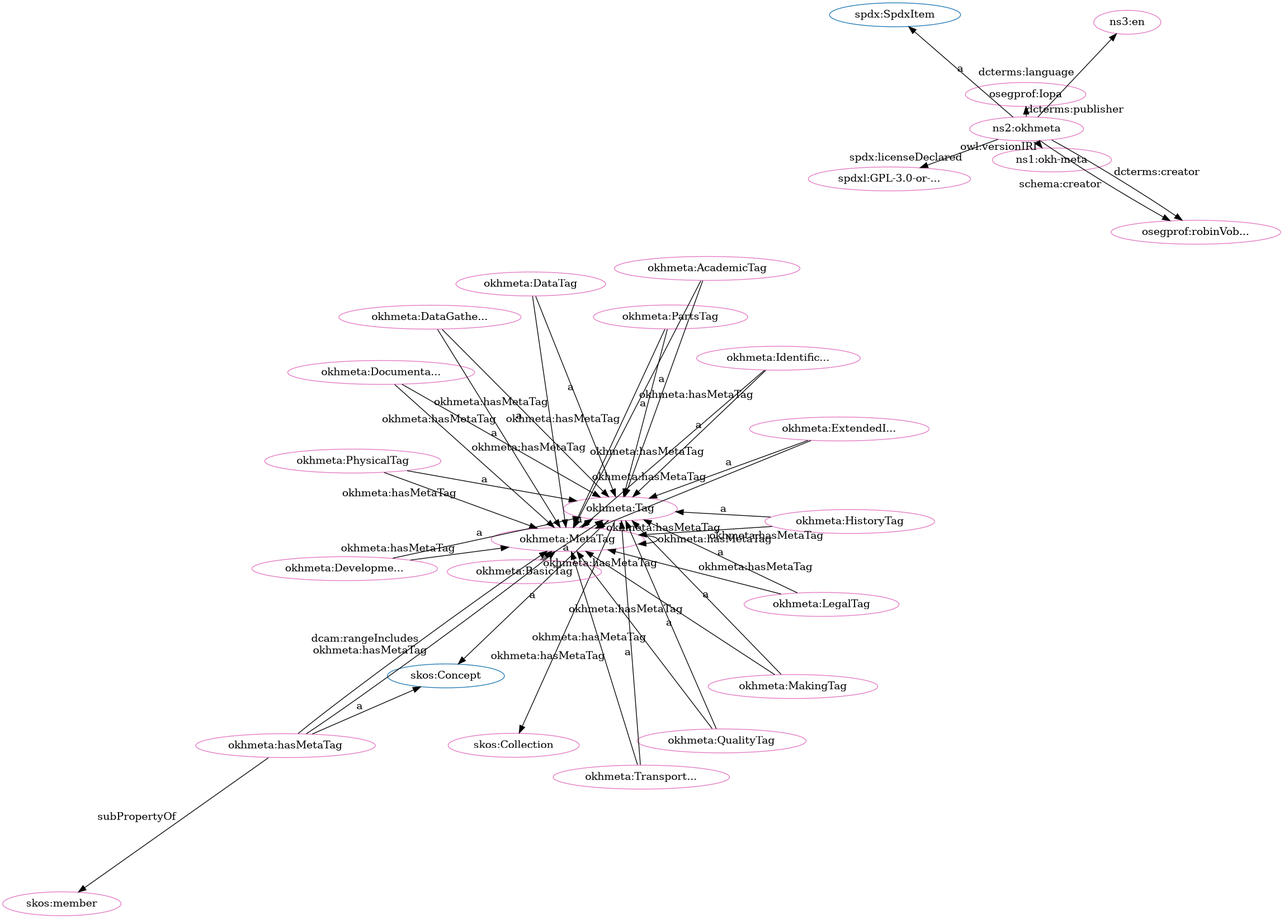
Earlier version of the Graphviz export src/spec/dot_okh-meta-clean.png (iop-alliance/OpenKnowHow). Its source is kept beside it as src/spec/dot_okh-meta-clean.dot.
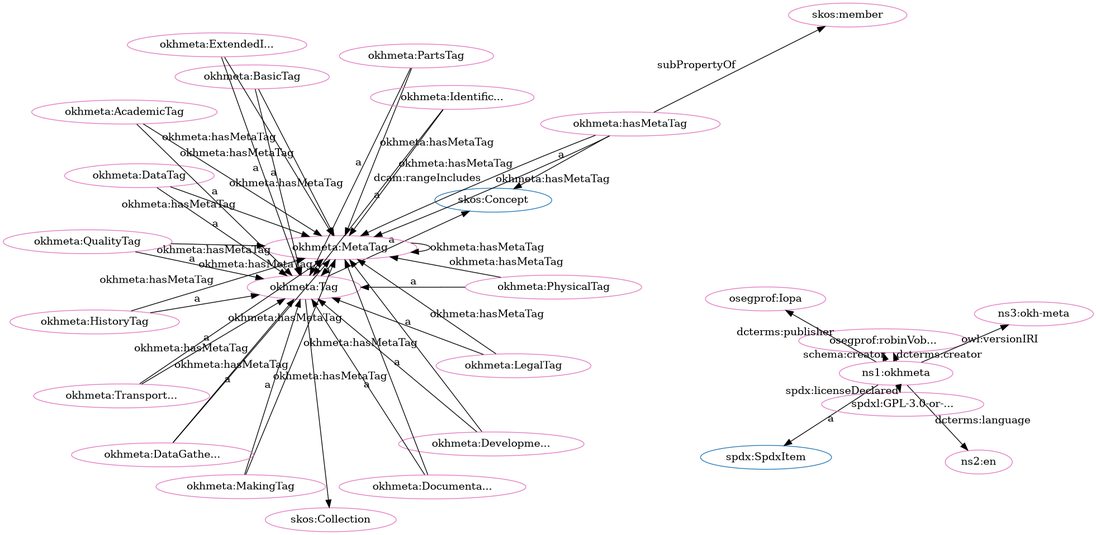
The same diagram one commit later.

What changed in the source:
```diff
@@ -1,80 +1,80 @@
 digraph G {
   rankdir=BT
   node[height=.3]
+"http://spdx.org/rdf/terms#SpdxItem" [fillcolor="#1f77b4" color="#1f77b4" label="spdx:SpdxItem"]
 "http://www.w3.org/2004/02/skos/core#Concept" [fillcolor="#1f77b4" color="#1f77b4" label="skos:Concept"]
 "http://www.w3.org/2004/02/skos/core#Collection" [fillcolor="#1f77b4" color="#1f77b4" label="skos:Collection"]
 "http://w3id.org/oseg/ont/okhmeta#Tag" [fillcolor="#1f77b4" color="#1f77b4" label="okhmeta:Tag"]
-"http://spdx.org/rdf/terms#SpdxItem" [fillcolor="#1f77b4" color="#1f77b4" label="spdx:SpdxItem"]
+"http://w3id.org/oseg/ont/okhmeta#PhysicalTag" [fillcolor="#e377c2" color="#e377c2" label="okhmeta:PhysicalTag"]
 "http://w3id.org/oseg/ont/okhmeta#MetaTag" [fillcolor="#e377c2" color="#e377c2" label="okhmeta:MetaTag"]
+"http://w3id.org/oseg/ont/okhmeta#BasicTag" [fillcolor="#e377c2" color="#e377c2" label="okhmeta:BasicTag"]
 "http://w3id.org/oseg/ont/okhmeta#PartsTag" [fillcolor="#e377c2" color="#e377c2" label="okhmeta:PartsTag"]
+"http://w3id.org/oseg/ont/okhmeta#DevelopmentTag" [fillcolor="#e377c2" color="#e377c2" label="okhmeta:Developme..."]
+"http://w3id.org/oseg/ont/okhmeta" [fillcolor="#e377c2" color="#e377c2" label="ns1:okhmeta"]
+"http://w3id.org/oseg/ont/okhmeta#TransportationTag" [fillcolor="#e377c2" color="#e377c2" label="okhmeta:Transport..."]
+"http://id.loc.gov/vocabulary/iso639-1/en" [fillcolor="#e377c2" color="#e377c2" label="ns2:en"]
+"http://w3id.org/oseg/ont/okhmeta#MakingTag" [fillcolor="#e377c2" color="#e377c2" label="okhmeta:MakingTag"]
+"http://w3id.org/oseg/ont/okhmeta#DataTag" [fillcolor="#e377c2" color="#e377c2" label="okhmeta:DataTag"]
+"http://w3id.org/oseg/ont/okhmeta#AcademicTag" [fillcolor="#e377c2" color="#e377c2" label="okhmeta:AcademicTag"]
 "http://w3id.org/oseg/ont/oseg-profiles#robinVobruba" [fillcolor="#e377c2" color="#e377c2" label="osegprof:robinVob..."]
-"http://w3id.org/oseg/ont/1.1.0/okh-meta" [fillcolor="#e377c2" color="#e377c2" label="ns1:okh-meta"]
-"http://www.w3.org/2004/02/skos/core#member" [fillcolor="#e377c2" color="#e377c2" label="skos:member"]
-"http://w3id.org/oseg/ont/oseg-profiles#Iopa" [fillcolor="#e377c2" color="#e377c2" label="osegprof:Iopa"]
-"http://w3id.org/oseg/ont/okhmeta" [fillcolor="#e377c2" color="#e377c2" label="ns2:okhmeta"]
-"http://w3id.org/oseg/ont/okhmeta#LegalTag" [fillcolor="#e377c2" color="#e377c2" label="okhmeta:LegalTag"]
-"http://id.loc.gov/vocabulary/iso639-1/en" [fillcolor="#e377c2" color="#e377c2" label="ns3:en"]
-"http://w3id.org/oseg/ont/okhmeta#HistoryTag" [fillcolor="#e377c2" color="#e377c2" label="okhmeta:HistoryTag"]
-"http://w3id.org/oseg/ont/okhmeta#DevelopmentTag" [fillcolor="#e377c2" color="#e377c2" label="okhmeta:Developme..."]
-"http://w3id.org/oseg/ont/okhmeta#MakingTag" [fillcolor="#e377c2" color="#e377c2" label="okhmeta:MakingTag"]
-"http://spdx.org/licenses/GPL-3.0-or-later" [fillcolor="#e377c2" color="#e377c2" label="spdxl:GPL-3.0-or-..."]
+"http://w3id.org/oseg/ont/okhmeta#hasMetaTag" [fillcolor="#e377c2" color="#e377c2" label="okhmeta:hasMetaTag"]
 "http://w3id.org/oseg/ont/okhmeta#DocumentationTag" [fillcolor="#e377c2" color="#e377c2" label="okhmeta:Documenta..."]
 "http://www.w3.org/2004/02/skos/core#Collection" [fillcolor="#e377c2" color="#e377c2" label="skos:Collection"]
-"http://w3id.org/oseg/ont/okhmeta#PhysicalTag" [fillcolor="#e377c2" color="#e377c2" label="okhmeta:PhysicalTag"]
+"http://w3id.org/oseg/ont/okhmeta#DataGatheringTag" [fillcolor="#e377c2" color="#e377c2" label="okhmeta:DataGathe..."]
+"http://w3id.org/oseg/ont/okhmeta#HistoryTag" [fillcolor="#e377c2" color="#e377c2" label="okhmeta:HistoryTag"]
+"http://w3id.org/oseg/ont/okhmeta#Tag" [fillcolor="#e377c2" color="#e377c2" label="okhmeta:Tag"]
+"http://w3id.org/oseg/ont/okhmeta#ExtendedInfoTag" [fillcolor="#e377c2" color="#e377c2" label="okhmeta:ExtendedI..."]
+"http://w3id.org/oseg/ont/1.1.0/okh-meta" [fillcolor="#e377c2" color="#e377c2" label="ns3:okh-meta"]
 "http://w3id.org/oseg/ont/okhmeta#QualityTag" [fillcolor="#e377c2" color="#e377c2" label="okhmeta:QualityTag"]
-"http://w3id.org/oseg/ont/okhmeta#DataTag" [fillcolor="#e377c2" color="#e377c2" label="okhmeta:DataTag"]
-"http://w3id.org/oseg/ont/okhmeta#Tag" [fillcolor="#e377c2" color="#e377c2" label="okhmeta:Tag"]
-"http://w3id.org/oseg/ont/okhmeta#DataGatheringTag" [fillcolor="#e377c2" color="#e377c2" label="okhmeta:DataGathe..."]
-"http://w3id.org/oseg/ont/okhmeta#ExtendedInfoTag" [fillcolor="#e377c2" color="#e377c2" label="okhmeta:ExtendedI..."]
-"http://w3id.org/oseg/ont/okhmeta#BasicTag" [fillcolor="#e377c2" color="#e377c2" label="okhmeta:BasicTag"]
+"http://w3id.org/oseg/ont/oseg-profiles#Iopa" [fillcolor="#e377c2" color="#e377c2" label="osegprof:Iopa"]
+"http://www.w3.org/2004/02/skos/core#member" [fillcolor="#e377c2" color="#e377c2" label="skos:member"]
 "http://w3id.org/oseg/ont/okhmeta#IdentificationTag" [fillcolor="#e377c2" color="#e377c2" label="okhmeta:Identific..."]
-"http://w3id.org/oseg/ont/okhmeta#hasMetaTag" [fillcolor="#e377c2" color="#e377c2" label="okhmeta:hasMetaTag"]
-"http://w3id.org/oseg/ont/okhmeta#AcademicTag" [fillcolor="#e377c2" color="#e377c2" label="okhmeta:AcademicTag"]
-"http://w3id.org/oseg/ont/okhmeta#TransportationTag" [fillcolor="#e377c2" color="#e377c2" label="okhmeta:Transport..."]
+"http://spdx.org/licenses/GPL-3.0-or-later" [fillcolor="#e377c2" color="#e377c2" label="spdxl:GPL-3.0-or-..."]
+"http://w3id.org/oseg/ont/okhmeta#LegalTag" [fillcolor="#e377c2" color="#e377c2" label="okhmeta:LegalTag"]
+  "http://w3id.org/oseg/ont/okhmeta#PhysicalTag" -> "http://w3id.org/oseg/ont/okhmeta#Tag" [label="a"]
   "http://w3id.org/oseg/ont/okhmeta#PartsTag" -> "http://w3id.org/oseg/ont/okhmeta#Tag" [label="a"]
+  "http://w3id.org/oseg/ont/okhmeta#BasicTag" -> "http://w3id.org/oseg/ont/okhmeta#Tag" [label="a"]
   "http://w3id.org/oseg/ont/okhmeta#MetaTag" -> "http://w3id.org/oseg/ont/okhmeta#MetaTag" [label="okhmeta:hasMetaTag"]
+  "http://w3id.org/oseg/ont/okhmeta#LegalTag" -> "http://w3id.org/oseg/ont/okhmeta#MetaTag" [label="okhmeta:hasMetaTag"]
+  "http://w3id.org/oseg/ont/okhmeta#DocumentationTag" -> "http://w3id.org/oseg/ont/okhmeta#MetaTag" [label="okhmeta:hasMetaTag"]
+  "http://w3id.org/oseg/ont/okhmeta#DevelopmentTag" -> "http://w3id.org/oseg/ont/okhmeta#MetaTag" [label="okhmeta:hasMetaTag"]
+  "http://w3id.org/oseg/ont/okhmeta#BasicTag" -> "http://w3id.org/oseg/ont/okhmeta#MetaTag" [label="okhmeta:hasMetaTag"]
+  "http://w3id.org/oseg/ont/okhmeta#DataTag" -> "http://w3id.org/oseg/ont/okhmeta#Tag" [label="a"]
+  "http://w3id.org/oseg/ont/okhmeta#AcademicTag" -> "http://w3id.org/oseg/ont/okhmeta#Tag" [label="a"]
+  "http://w3id.org/oseg/ont/okhmeta#ExtendedInfoTag" -> "http://w3id.org/oseg/ont/okhmeta#MetaTag" [label="okhmeta:hasMetaTag"]
+  "http://w3id.org/oseg/ont/okhmeta#hasMetaTag" -> "http://www.w3.org/2004/02/skos/core#Concept" [label="a"]
+  "http://w3id.org/oseg/ont/okhmeta#DataGatheringTag" -> "http://w3id.org/oseg/ont/okhmeta#Tag" [label="a"]
+  "http://w3id.org/oseg/ont/okhmeta#Tag" -> "http://www.w3.org/2004/02/skos/core#Concept" [label="a"]
   "http://w3id.org/oseg/ont/okhmeta" -> "http://w3id.org/oseg/ont/1.1.0/okh-meta" [label="owl:versionIRI"]
+  "http://w3id.org/oseg/ont/okhmeta#QualityTag" -> "http://w3id.org/oseg/ont/okhmeta#Tag" [label="a"]
+  "http://w3id.org/oseg/ont/okhmeta#PhysicalTag" -> "http://w3id.org/oseg/ont/okhmeta#MetaTag" [label="okhmeta:hasMetaTag"]
+  "http://w3id.org/oseg/ont/okhmeta#PartsTag" -> "http://w3id.org/oseg/ont/okhmeta#MetaTag" [label="okhmeta:hasMetaTag"]
+  "http://w3id.org/oseg/ont/okhmeta#IdentificationTag" -> "http://w3id.org/oseg/ont/okhmeta#Tag" [label="a"]
+  "http://w3id.org/oseg/ont/okhmeta#LegalTag" -> "http://w3id.org/oseg/ont/okhmeta#Tag" [label="a"]
+  "http://w3id.org/oseg/ont/okhmeta" -> "http://spdx.org/licenses/GPL-3.0-or-later" [label="spdx:licenseDeclared"]
+  "http://w3id.org/oseg/ont/okhmeta#DataTag" -> "http://w3id.org/oseg/ont/okhmeta#MetaTag" [label="okhmeta:hasMetaTag"]
+  "http://w3id.org/oseg/ont/okhmeta#DevelopmentTag" -> "http://w3id.org/oseg/ont/okhmeta#Tag" [label="a"]
+  "http://w3id.org/oseg/ont/okhmeta" -> "http://spdx.org/rdf/terms#SpdxItem" [label="a"]
+  "http://w3id.org/oseg/ont/okhmeta#AcademicTag" -> "http://w3id.org/oseg/ont/okhmeta#MetaTag" [label="okhmeta:hasMetaTag"]
+  "http://w3id.org/oseg/ont/okhmeta#TransportationTag" -> "http://w3id.org/oseg/ont/okhmeta#Tag" [label="a"]
+  "http://w3id.org/oseg/ont/okhmeta" -> "http://id.loc.gov/vocabulary/iso639-1/en" [label="dcterms:language"]
+  "http://w3id.org/oseg/ont/okhmeta#MakingTag" -> "http://w3id.org/oseg/ont/okhmeta#Tag" [label="a"]
+  "http://w3id.org/oseg/ont/okhmeta#MetaTag" -> "http://w3id.org/oseg/ont/okhmeta#Tag" [label="a"]
+  "http://w3id.org/oseg/ont/okhmeta#hasMetaTag" -> "http://w3id.org/oseg/ont/okhmeta#MetaTag" [label="okhmeta:hasMetaTag"]
+  "http://w3id.org/oseg/ont/okhmeta" -> "http://w3id.org/oseg/ont/oseg-profiles#robinVobruba" [label="schema:creator"]
+  "http://w3id.org/oseg/ont/okhmeta#DocumentationTag" -> "http://w3id.org/oseg/ont/okhmeta#Tag" [label="a"]
+  "http://w3id.org/oseg/ont/okhmeta#MakingTag" -> "http://w3id.org/oseg/ont/okhmeta#MetaTag" [label="okhmeta:hasMetaTag"]
+  "http://w3id.org/oseg/ont/okhmeta#QualityTag" -> "http://w3id.org/oseg/ont/okhmeta#MetaTag" [label="okhmeta:hasMetaTag"]
+  "http://w3id.org/oseg/ont/okhmeta#Tag" -> "http://www.w3.org/2004/02/skos/core#Collection" [label=""]
+  "http://w3id.org/oseg/ont/okhmeta#Tag" -> "http://w3id.org/oseg/ont/okhmeta#MetaTag" [label="okhmeta:hasMetaTag"]
+  "http://w3id.org/oseg/ont/okhmeta#IdentificationTag" -> "http://w3id.org/oseg/ont/okhmeta#MetaTag" [label="okhmeta:hasMetaTag"]
+  "http://w3id.org/oseg/ont/okhmeta#HistoryTag" -> "http://w3id.org/oseg/ont/okhmeta#Tag" [label="a"]
+  "http://w3id.org/oseg/ont/okhmeta#ExtendedInfoTag" -> "http://w3id.org/oseg/ont/okhmeta#Tag" [label="a"]
+  "http://w3id.org/oseg/ont/okhmeta#hasMetaTag" -> "http://w3id.org/oseg/ont/okhmeta#MetaTag" [label="dcam:rangeIncludes"]
   "http://w3id.org/oseg/ont/okhmeta" -> "http://w3id.org/oseg/ont/oseg-profiles#Iopa" [label="dcterms:publisher"]
-  "http://w3id.org/oseg/ont/okhmeta#PhysicalTag" -> "http://w3id.org/oseg/ont/okhmeta#MetaTag" [label="okhmeta:hasMetaTag"]
-  "http://w3id.org/oseg/ont/okhmeta#DataTag" -> "http://w3id.org/oseg/ont/okhmeta#MetaTag" [label="okhmeta:hasMetaTag"]
-  "http://w3id.org/oseg/ont/okhmeta" -> "http://id.loc.gov/vocabulary/iso639-1/en" [label="dcterms:language"]
-  "http://w3id.org/oseg/ont/okhmeta#ExtendedInfoTag" -> "http://w3id.org/oseg/ont/okhmeta#MetaTag" [label="okhmeta:hasMetaTag"]
-  "http://w3id.org/oseg/ont/okhmeta#MetaTag" -> "http://w3id.org/oseg/ont/okhmeta#Tag" [label="a"]
-  "http://w3id.org/oseg/ont/okhmeta#IdentificationTag" -> "http://w3id.org/oseg/ont/okhmeta#MetaTag" [label="okhmeta:hasMetaTag"]
-  "http://w3id.org/oseg/ont/okhmeta#BasicTag" -> "http://w3id.org/oseg/ont/okhmeta#MetaTag" [label="okhmeta:hasMetaTag"]
-  "http://w3id.org/oseg/ont/okhmeta#Tag" -> "http://www.w3.org/2004/02/skos/core#Collection" [label=""]
-  "http://w3id.org/oseg/ont/okhmeta#PhysicalTag" -> "http://w3id.org/oseg/ont/okhmeta#Tag" [label="a"]
-  "http://w3id.org/oseg/ont/okhmeta#DataTag" -> "http://w3id.org/oseg/ont/okhmeta#Tag" [label="a"]
+  "http://w3id.org/oseg/ont/okhmeta#hasMetaTag" -> "http://www.w3.org/2004/02/skos/core#member" [label="subPropertyOf"]
   "http://w3id.org/oseg/ont/okhmeta#DataGatheringTag" -> "http://w3id.org/oseg/ont/okhmeta#MetaTag" [label="okhmeta:hasMetaTag"]
-  "http://w3id.org/oseg/ont/okhmeta#DocumentationTag" -> "http://w3id.org/oseg/ont/okhmeta#MetaTag" [label="okhmeta:hasMetaTag"]
-  "http://w3id.org/oseg/ont/okhmeta#ExtendedInfoTag" -> "http://w3id.org/oseg/ont/okhmeta#Tag" [label="a"]
+  "http://w3id.org/oseg/ont/okhmeta" -> "http://w3id.org/oseg/ont/oseg-profiles#robinVobruba" [label="dcterms:creator"]
   "http://w3id.org/oseg/ont/okhmeta#TransportationTag" -> "http://w3id.org/oseg/ont/okhmeta#MetaTag" [label="okhmeta:hasMetaTag"]
-  "http://w3id.org/oseg/ont/okhmeta#hasMetaTag" -> "http://w3id.org/oseg/ont/okhmeta#MetaTag" [label="dcam:rangeIncludes"]
-  "http://w3id.org/oseg/ont/okhmeta#BasicTag" -> "http://w3id.org/oseg/ont/okhmeta#Tag" [label="a"]
-  "http://w3id.org/oseg/ont/okhmeta#IdentificationTag" -> "http://w3id.org/oseg/ont/okhmeta#Tag" [label="a"]
-  "http://w3id.org/oseg/ont/okhmeta#MakingTag" -> "http://w3id.org/oseg/ont/okhmeta#MetaTag" [label="okhmeta:hasMetaTag"]
-  "http://w3id.org/oseg/ont/okhmeta#hasMetaTag" -> "http://w3id.org/oseg/ont/okhmeta#MetaTag" [label="okhmeta:hasMetaTag"]
-  "http://w3id.org/oseg/ont/okhmeta" -> "http://spdx.org/rdf/terms#SpdxItem" [label="a"]
-  "http://w3id.org/oseg/ont/okhmeta#TransportationTag" -> "http://w3id.org/oseg/ont/okhmeta#Tag" [label="a"]
-  "http://w3id.org/oseg/ont/okhmeta#Tag" -> "http://w3id.org/oseg/ont/okhmeta#MetaTag" [label="okhmeta:hasMetaTag"]
-  "http://w3id.org/oseg/ont/okhmeta#LegalTag" -> "http://w3id.org/oseg/ont/okhmeta#MetaTag" [label="okhmeta:hasMetaTag"]
   "http://w3id.org/oseg/ont/okhmeta#HistoryTag" -> "http://w3id.org/oseg/ont/okhmeta#MetaTag" [label="okhmeta:hasMetaTag"]
-  "http://w3id.org/oseg/ont/okhmeta#DevelopmentTag" -> "http://w3id.org/oseg/ont/okhmeta#MetaTag" [label="okhmeta:hasMetaTag"]
-  "http://w3id.org/oseg/ont/okhmeta" -> "http://w3id.org/oseg/ont/oseg-profiles#robinVobruba" [label="dcterms:creator"]
-  "http://w3id.org/oseg/ont/okhmeta#hasMetaTag" -> "http://www.w3.org/2004/02/skos/core#member" [label="subPropertyOf"]
-  "http://w3id.org/oseg/ont/okhmeta#QualityTag" -> "http://w3id.org/oseg/ont/okhmeta#MetaTag" [label="okhmeta:hasMetaTag"]
-  "http://w3id.org/oseg/ont/okhmeta#LegalTag" -> "http://w3id.org/oseg/ont/okhmeta#Tag" [label="a"]
-  "http://w3id.org/oseg/ont/okhmeta#HistoryTag" -> "http://w3id.org/oseg/ont/okhmeta#Tag" [label="a"]
-  "http://w3id.org/oseg/ont/okhmeta#DevelopmentTag" -> "http://w3id.org/oseg/ont/okhmeta#Tag" [label="a"]
-  "http://w3id.org/oseg/ont/okhmeta#MakingTag" -> "http://w3id.org/oseg/ont/okhmeta#Tag" [label="a"]
-  "http://w3id.org/oseg/ont/okhmeta" -> "http://spdx.org/licenses/GPL-3.0-or-later" [label="spdx:licenseDeclared"]
-  "http://w3id.org/oseg/ont/okhmeta#DocumentationTag" -> "http://w3id.org/oseg/ont/okhmeta#Tag" [label="a"]
-  "http://w3id.org/oseg/ont/okhmeta#QualityTag" -> "http://w3id.org/oseg/ont/okhmeta#Tag" [label="a"]
-  "http://w3id.org/oseg/ont/okhmeta#Tag" -> "http://www.w3.org/2004/02/skos/core#Concept" [label="a"]
-  "http://w3id.org/oseg/ont/okhmeta" -> "http://w3id.org/oseg/ont/oseg-profiles#robinVobruba" [label="schema:creator"]
-  "http://w3id.org/oseg/ont/okhmeta#AcademicTag" -> "http://w3id.org/oseg/ont/okhmeta#MetaTag" [label="okhmeta:hasMetaTag"]
-  "http://w3id.org/oseg/ont/okhmeta#hasMetaTag" -> "http://www.w3.org/2004/02/skos/core#Concept" [label="a"]
-  "http://w3id.org/oseg/ont/okhmeta#PartsTag" -> "http://w3id.org/oseg/ont/okhmeta#MetaTag" [label="okhmeta:hasMetaTag"]
-  "http://w3id.org/oseg/ont/okhmeta#AcademicTag" -> "http://w3id.org/oseg/ont/okhmeta#Tag" [label="a"]
-  "http://w3id.org/oseg/ont/okhmeta#DataGatheringTag" -> "http://w3id.org/oseg/ont/okhmeta#Tag" [label="a"]
 }
```
